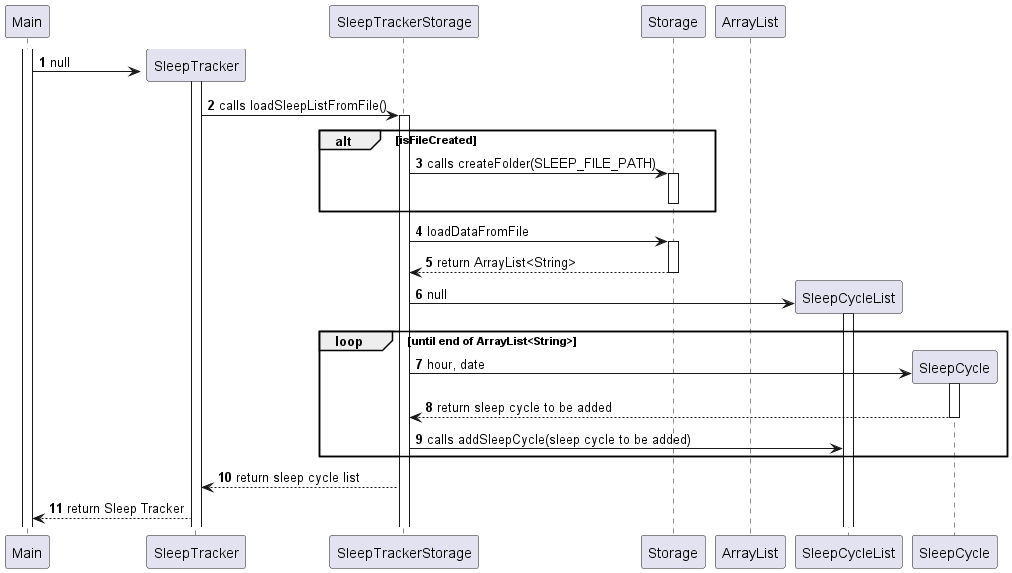
Before: docs/diagrams/storage/StorageSequenceDiagramSleep.png, a diagram exported from PlantUML (AY2324S2-CS2113-T11-1/tp). Its source is kept beside it as docs/diagrams/storage/StorageSequenceDiagramSleep.puml. The source it was exported from:
```plantuml
@startuml

autonumber

participant Main
participant SleepTracker
participant SleepTrackerStorage
participant Storage
participant ArrayList
participant SleepCycleList
participant SleepCycle

activate Main
Create SleepTracker
activate SleepTracker
Main -> SleepTracker: null
SleepTracker -> SleepTrackerStorage: calls loadSleepListFromFile()
activate SleepTrackerStorage
alt isFileCreated
    SleepTrackerStorage -> Storage: calls createFolder(SLEEP_FILE_PATH)
    activate Storage
    deactivate Storage
end
SleepTrackerStorage -> Storage: loadDataFromFile
activate Storage
Storage --> SleepTrackerStorage: return ArrayList<String>
deactivate Storage
Create SleepCycleList
SleepTrackerStorage -> SleepCycleList: null
activate SleepCycleList
loop until end of ArrayList<String>
Create SleepCycle
SleepTrackerStorage -> SleepCycle: hour, date
activate SleepCycle
SleepCycle --> SleepTrackerStorage: return sleep cycle to be added
deactivate SleepCycle
SleepTrackerStorage -> SleepCycleList: calls addSleepCycle(sleep cycle to be added)
end

SleepTrackerStorage --> SleepTracker: return sleep cycle list
SleepTracker --> Main: return Sleep Tracker



@enduml
```
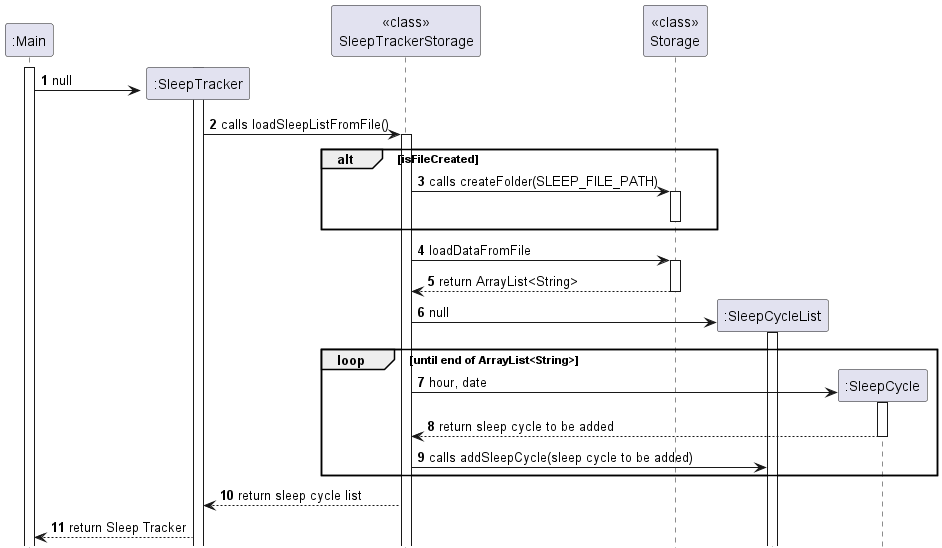
After the commit.

Commit message:
Update Designer Guide for Storage class

The edit, as a diff of the source:
```diff
@@ -2,13 +2,12 @@
 
 autonumber
 
-participant Main
-participant SleepTracker
-participant SleepTrackerStorage
-participant Storage
-participant ArrayList
-participant SleepCycleList
-participant SleepCycle
+participant ":Main" as Main
+participant ":SleepTracker" as SleepTracker
+participant "<<class>>\nSleepTrackerStorage" as SleepTrackerStorage
+participant "<<class>>\nStorage" as Storage
+participant ":SleepCycleList" as SleepCycleList
+participant ":SleepCycle" as SleepCycle
 
 activate Main
 Create SleepTracker
```
